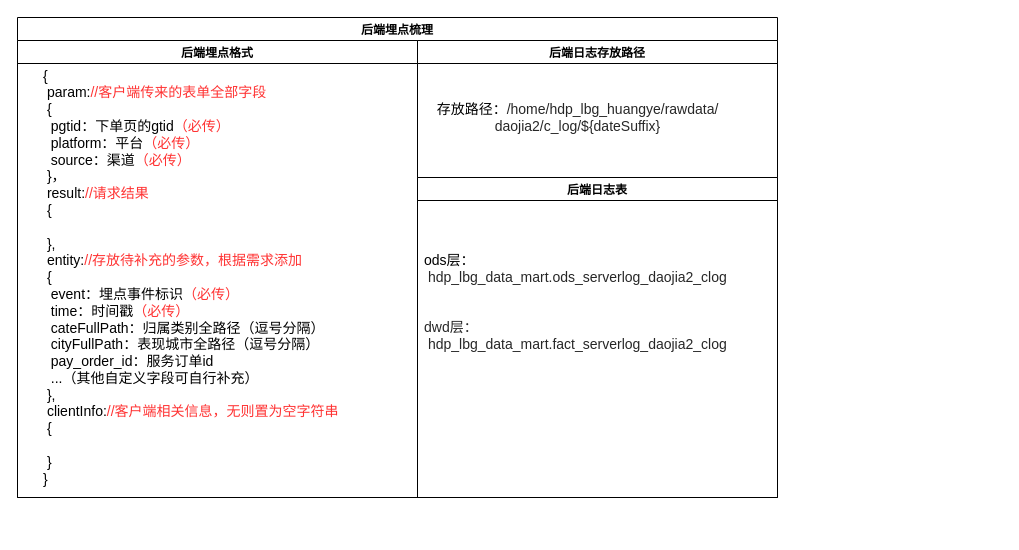
chihiro-qx/hello-world keeps this draw.io diagram as page "后端埋点" (5 of 7) of 到家精选订单.drawio. Above is the earlier version. Source tidied: cells renumbered, new cells numbered last; positions are measured from the earlier drawing's top-left corner, leaving out a move shared by most shapes. Both pictures are drawn from the tidied source at 100%, with x=0, y=0 at pixel (17, 17).
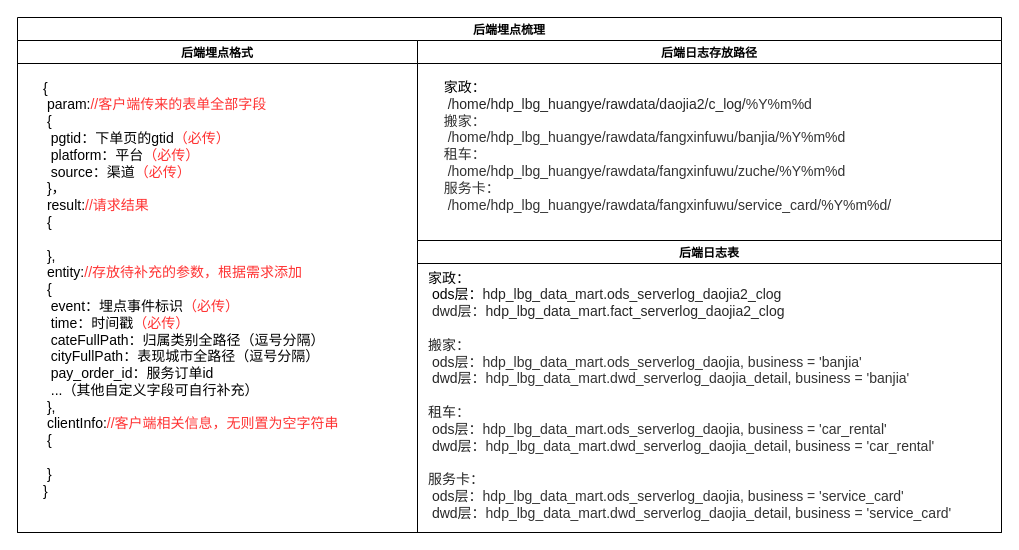
The same page after the edit.

Commit message:
Update 到家精选订单.drawio

What changed in the source:
```diff
@@
 <mxGraphModel>
   <root>
     <mxCell id="0" />
     <mxCell id="1" parent="0" />
     <mxCell id="2" value="后端埋点梳理" style="swimlane;" parent="1" vertex="1">
-      <mxGeometry width="760" height="480" as="geometry" />
+      <mxGeometry width="984" height="515" as="geometry" />
     </mxCell>
     <mxCell id="3" value="后端埋点格式" style="swimlane;" parent="2" vertex="1">
-      <mxGeometry y="23" width="400" height="457" as="geometry" />
+      <mxGeometry y="23" width="400" height="492" as="geometry" />
     </mxCell>
     <mxCell id="4" value="&lt;font style=&quot;font-size: 14px&quot;&gt;{&lt;br&gt;&lt;span style=&quot;white-space: pre&quot;&gt; &lt;/span&gt;param:&lt;font color=&quot;#ff3333&quot;&gt;//客户端传来的表单全部字段&lt;/font&gt;&lt;br&gt;&lt;span style=&quot;white-space: pre&quot;&gt; &lt;/span&gt;{&lt;br&gt;&lt;span style=&quot;white-space: pre&quot;&gt; &lt;/span&gt;&lt;span style=&quot;white-space: pre&quot;&gt; &lt;/span&gt;pgtid：下单页的gtid&lt;font color=&quot;#ff3333&quot;&gt;（必传）&lt;/font&gt;&lt;br&gt;&lt;span style=&quot;white-space: pre&quot;&gt; &lt;/span&gt;&lt;span style=&quot;white-space: pre&quot;&gt; &lt;/span&gt;platform：平台&lt;font color=&quot;#ff3333&quot;&gt;（必传）&lt;/font&gt;&lt;br&gt;&lt;span style=&quot;white-space: pre&quot;&gt; &lt;/span&gt;&lt;span style=&quot;white-space: pre&quot;&gt; &lt;/span&gt;source：渠道&lt;font color=&quot;#ff3333&quot;&gt;（必传）&lt;/font&gt;&lt;br&gt;&lt;span style=&quot;white-space: pre&quot;&gt; &lt;/span&gt;}，&lt;br&gt;&lt;span style=&quot;white-space: pre&quot;&gt; &lt;/span&gt;result:&lt;font color=&quot;#ff3333&quot;&gt;//请求结果&lt;/font&gt;&lt;br&gt;&lt;span style=&quot;white-space: pre&quot;&gt; &lt;/span&gt;{&lt;br&gt;&lt;br&gt;&lt;span style=&quot;white-space: pre&quot;&gt; &lt;/span&gt;},&lt;br&gt;&lt;span style=&quot;white-space: pre&quot;&gt; &lt;/span&gt;entity:&lt;font color=&quot;#ff3333&quot;&gt;//存放待补充的参数，根据需求添加&lt;/font&gt;&lt;br&gt;&lt;span style=&quot;white-space: pre&quot;&gt; &lt;/span&gt;{&lt;br&gt;&lt;span style=&quot;white-space: pre&quot;&gt; &lt;span style=&quot;white-space: pre&quot;&gt; &lt;/span&gt;e&lt;/span&gt;vent：埋点事件标识&lt;font color=&quot;#ff3333&quot;&gt;（必传）&lt;/font&gt;&lt;br&gt;&lt;span style=&quot;white-space: pre&quot;&gt; &lt;/span&gt;&lt;span style=&quot;white-space: pre&quot;&gt; &lt;/span&gt;time：时间戳&lt;font color=&quot;#ff3333&quot;&gt;（必传）&lt;/font&gt;&lt;br&gt;&lt;span style=&quot;white-space: pre&quot;&gt; &lt;/span&gt;&lt;span style=&quot;white-space: pre&quot;&gt; &lt;/span&gt;cateFullPath：归属类别全路径（逗号分隔）&lt;br&gt;&lt;span style=&quot;white-space: pre&quot;&gt; &lt;/span&gt;&lt;span style=&quot;white-space: pre&quot;&gt; &lt;/span&gt;cityFullPath：表现城市全路径（逗号分隔）&lt;br&gt;&lt;span style=&quot;white-space: pre&quot;&gt; &lt;/span&gt;&lt;span style=&quot;white-space: pre&quot;&gt; &lt;/span&gt;pay_order_id：服务订单id&lt;br&gt;&lt;span style=&quot;white-space: pre&quot;&gt; &lt;/span&gt;&lt;span style=&quot;white-space: pre&quot;&gt; &lt;/span&gt;...（其他自定义字段可自行补充）&lt;br&gt;&lt;span style=&quot;white-space: pre&quot;&gt; &lt;/span&gt;},&lt;br&gt;&lt;span style=&quot;white-space: pre&quot;&gt; &lt;/span&gt;clientInfo:&lt;font color=&quot;#ff3333&quot;&gt;//客户端相关信息，无则置为空字符串&lt;/font&gt;&lt;br&gt;&lt;span style=&quot;white-space: pre&quot;&gt; &lt;/span&gt;{&lt;br&gt;&lt;br&gt;&lt;span style=&quot;white-space: pre&quot;&gt; &lt;/span&gt;}&lt;br&gt;}&lt;/font&gt;" style="text;html=1;align=left;verticalAlign=middle;strokeColor=none;" parent="3" vertex="1">
-      <mxGeometry x="24" y="47" width="350" height="380" as="geometry" />
+      <mxGeometry x="24" y="59" width="350" height="380" as="geometry" />
     </mxCell>
     <mxCell id="5" value="后端日志存放路径" style="swimlane;" parent="2" vertex="1">
-      <mxGeometry x="400" y="23" width="360" height="137" as="geometry" />
+      <mxGeometry x="400" y="23" width="584" height="200" as="geometry" />
     </mxCell>
-    <mxCell id="6" value="&lt;font style=&quot;font-size: 14px&quot;&gt;存放路径：&lt;span style=&quot;background-color: rgb(255 , 255 , 255) ; color: rgba(0 , 0 , 0 , 0.85)&quot;&gt;/home/hdp_lbg_huangye/rawdata/&lt;br&gt;daojia2/c_log/${dateSuffix}&lt;/span&gt;&lt;/font&gt;" style="text;html=1;align=center;verticalAlign=middle;strokeColor=none;" parent="5" vertex="1">
-      <mxGeometry x="10" y="57" width="300" height="40" as="geometry" />
+    <mxCell id="6" value="&lt;div style=&quot;text-align: left&quot;&gt;&lt;span style=&quot;font-size: 14px&quot;&gt;家政：&lt;/span&gt;&lt;/div&gt;&lt;font&gt;&lt;div style=&quot;text-align: left&quot;&gt;&lt;span style=&quot;font-size: 14px ; color: rgba(0 , 0 , 0 , 0.85)&quot;&gt;&lt;span&gt; &lt;/span&gt;&lt;span style=&quot;white-space: pre&quot;&gt; &lt;/span&gt;/home/hdp_lbg_huangye/rawdata/daojia2/c_log/&lt;/span&gt;&lt;font color=&quot;#333333&quot;&gt;&lt;span style=&quot;font-size: 14px&quot;&gt;%Y%m%d&lt;/span&gt;&lt;/font&gt;&lt;/div&gt;&lt;div style=&quot;text-align: left&quot;&gt;&lt;font color=&quot;#333333&quot;&gt;&lt;span style=&quot;font-size: 14px&quot;&gt;搬家：&lt;/span&gt;&lt;/font&gt;&lt;/div&gt;&lt;/font&gt;&lt;font color=&quot;#333333&quot;&gt;&lt;div style=&quot;text-align: left&quot;&gt;&lt;span style=&quot;font-size: 14px&quot;&gt;&lt;span style=&quot;white-space: pre&quot;&gt; &lt;/span&gt;/home/hdp_lbg_huangye/rawdata/fangxinfuwu/banjia/%Y%m%d&lt;/span&gt;&lt;/div&gt;&lt;/font&gt;&lt;div style=&quot;text-align: left&quot;&gt;&lt;font color=&quot;#333333&quot;&gt;&lt;span style=&quot;font-size: 14px&quot;&gt;租车：&lt;/span&gt;&lt;/font&gt;&lt;/div&gt;&lt;font color=&quot;#333333&quot;&gt;&lt;div style=&quot;text-align: left&quot;&gt;&lt;span style=&quot;font-size: 14px&quot;&gt;&lt;span style=&quot;white-space: pre&quot;&gt; &lt;/span&gt;/home/hdp_lbg_huangye/rawdata/fangxinfuwu/zuche/%Y%m%d&lt;/span&gt;&lt;/div&gt;&lt;/font&gt;&lt;div style=&quot;text-align: left&quot;&gt;&lt;font color=&quot;#333333&quot;&gt;&lt;span style=&quot;font-size: 14px&quot;&gt;服务卡：&lt;/span&gt;&lt;/font&gt;&lt;/div&gt;&lt;span style=&quot;color: rgb(51 , 51 , 51) ; font-size: 14px ; white-space: pre&quot;&gt; &lt;/span&gt;&lt;font color=&quot;#333333&quot;&gt;&lt;span style=&quot;font-size: 14px&quot;&gt;/home/hdp_lbg_huangye/rawdata/fangxinfuwu/service_card/%Y%m%d/&lt;br&gt;&lt;/span&gt;&lt;/font&gt;&lt;div style=&quot;text-align: left&quot;&gt;&lt;font color=&quot;#333333&quot;&gt;&lt;span style=&quot;font-size: 14px&quot;&gt;&lt;br&gt;&lt;/span&gt;&lt;/font&gt;&lt;/div&gt;" style="text;html=1;align=center;verticalAlign=middle;strokeColor=none;" parent="5" vertex="1">
+      <mxGeometry x="7" y="44" width="485" height="139" as="geometry" />
     </mxCell>
     <mxCell id="7" value="后端日志表" style="swimlane;" parent="2" vertex="1">
-      <mxGeometry x="400" y="160" width="360" height="320" as="geometry" />
+      <mxGeometry x="400" y="223" width="584" height="292" as="geometry" />
     </mxCell>
-    <mxCell id="8" value="&lt;font style=&quot;font-size: 14px&quot;&gt;ods层：&lt;br&gt;&lt;span style=&quot;background-color: rgb(255 , 255 , 255) ; color: rgba(0 , 0 , 0 , 0.85)&quot;&gt;&lt;span style=&quot;white-space: pre&quot;&gt; &lt;/span&gt;hdp_lbg_data_mart&lt;/span&gt;&lt;span class=&quot;token punctuation&quot; style=&quot;background-color: rgb(255 , 255 , 255) ; color: rgba(0 , 0 , 0 , 0.85) ; box-sizing: border-box ; margin: 0px ; padding: 0px&quot;&gt;.&lt;/span&gt;&lt;span style=&quot;background-color: rgb(255 , 255 , 255) ; color: rgba(0 , 0 , 0 , 0.85)&quot;&gt;ods_serverlog_daojia2_clog&lt;br&gt;&lt;br&gt;&lt;br&gt;dwd层：&lt;br&gt;&lt;/span&gt;&lt;span style=&quot;background-color: rgb(255 , 255 , 255) ; color: rgba(0 , 0 , 0 , 0.85)&quot;&gt;&lt;span style=&quot;white-space: pre&quot;&gt; &lt;/span&gt;hdp_lbg_data_mart&lt;/span&gt;&lt;span class=&quot;token punctuation&quot; style=&quot;background-color: rgb(255 , 255 , 255) ; color: rgba(0 , 0 , 0 , 0.85) ; box-sizing: border-box ; margin: 0px ; padding: 0px&quot;&gt;.&lt;/span&gt;&lt;span style=&quot;background-color: rgb(255 , 255 , 255) ; color: rgba(0 , 0 , 0 , 0.85)&quot;&gt;fact_serverlog_daojia2_clog&lt;/span&gt;&lt;/font&gt;" style="text;html=1;align=left;verticalAlign=middle;strokeColor=none;" parent="7" vertex="1">
-      <mxGeometry x="5" y="75" width="350" height="100" as="geometry" />
+    <mxCell id="8" value="&lt;font&gt;&lt;font style=&quot;font-size: 14px&quot;&gt;家政：&lt;br&gt;  &lt;span style=&quot;white-space: pre&quot;&gt; &lt;/span&gt;ods层：&lt;span style=&quot;background-color: rgb(255 , 255 , 255) ; color: rgba(0 , 0 , 0 , 0.85)&quot;&gt;hdp_lbg_data_mart&lt;/span&gt;&lt;span class=&quot;token punctuation&quot; style=&quot;background-color: rgb(255 , 255 , 255) ; color: rgba(0 , 0 , 0 , 0.85) ; box-sizing: border-box ; margin: 0px ; padding: 0px&quot;&gt;.&lt;/span&gt;&lt;span style=&quot;background-color: rgb(255 , 255 , 255) ; color: rgba(0 , 0 , 0 , 0.85)&quot;&gt;ods_serverlog_daojia2_clog&lt;br&gt;&lt;span&gt; &lt;/span&gt;&lt;span&gt; &lt;/span&gt;&lt;span style=&quot;white-space: pre&quot;&gt; &lt;/span&gt;dwd层：&lt;/span&gt;&lt;span style=&quot;background-color: rgb(255 , 255 , 255) ; color: rgba(0 , 0 , 0 , 0.85)&quot;&gt;hdp_lbg_data_mart&lt;/span&gt;&lt;span class=&quot;token punctuation&quot; style=&quot;background-color: rgb(255 , 255 , 255) ; color: rgba(0 , 0 , 0 , 0.85) ; box-sizing: border-box ; margin: 0px ; padding: 0px&quot;&gt;.&lt;/span&gt;&lt;span style=&quot;background-color: rgb(255 , 255 , 255) ; color: rgba(0 , 0 , 0 , 0.85)&quot;&gt;fact_serverlog_daojia2_clog&lt;br&gt;&lt;br&gt;搬家：&lt;br&gt;&lt;span&gt; &lt;/span&gt;&lt;span&gt; &lt;/span&gt;&lt;span style=&quot;white-space: pre&quot;&gt; &lt;/span&gt;ods层：&lt;/span&gt;&lt;span style=&quot;color: rgb(51 , 51 , 51) ; text-align: justify&quot;&gt;hdp_lbg_data_mart.ods_serverlog_daojia, business = 'banjia'&lt;br&gt;&lt;/span&gt;&lt;span style=&quot;background-color: rgb(255 , 255 , 255) ; color: rgba(0 , 0 , 0 , 0.85)&quot;&gt;&lt;span&gt; &lt;/span&gt;&lt;span&gt; &lt;/span&gt;&lt;span style=&quot;white-space: pre&quot;&gt; &lt;/span&gt;dwd层：&lt;/span&gt;&lt;span style=&quot;color: rgb(51 , 51 , 51) ; text-align: justify&quot;&gt;hdp_lbg_data_mart.dwd_serverlog_daojia_detail, business = 'banjia'&lt;/span&gt;&lt;span style=&quot;color: rgb(51 , 51 , 51) ; text-align: justify&quot;&gt;&lt;br&gt;&lt;/span&gt;&lt;span style=&quot;color: rgba(0 , 0 , 0 , 0.85)&quot;&gt;&lt;br&gt;&lt;/span&gt;&lt;span style=&quot;color: rgba(0 , 0 , 0 , 0.85)&quot;&gt;租车：&lt;br&gt;&lt;span&gt; &lt;/span&gt;&lt;span style=&quot;white-space: pre&quot;&gt; &lt;/span&gt;ods层：&lt;/span&gt;&lt;span style=&quot;color: rgb(51 , 51 , 51) ; text-align: justify&quot;&gt;hdp_lbg_data_mart.ods_serverlog_daojia, business = 'car_rental'&lt;br&gt;&lt;/span&gt;&lt;span style=&quot;color: rgba(0 , 0 , 0 , 0.85)&quot;&gt;&lt;span&gt; &lt;/span&gt;&lt;span style=&quot;white-space: pre&quot;&gt; &lt;/span&gt;dwd层：&lt;/span&gt;&lt;span style=&quot;color: rgb(51 , 51 , 51) ; text-align: justify&quot;&gt;hdp_lbg_data_mart.dwd_serverlog_daojia_detail, business = '&lt;/span&gt;&lt;span style=&quot;color: rgb(51 , 51 , 51) ; text-align: justify&quot;&gt;car_rental&lt;/span&gt;&lt;span style=&quot;color: rgb(51 , 51 , 51) ; text-align: justify&quot;&gt;'&lt;br&gt;&lt;/span&gt;&lt;span style=&quot;color: rgba(0 , 0 , 0 , 0.85)&quot;&gt;&lt;br&gt;&lt;/span&gt;&lt;span style=&quot;color: rgba(0 , 0 , 0 , 0.85)&quot;&gt;服务卡：&lt;br&gt;&lt;span&gt; &lt;/span&gt;&lt;span style=&quot;white-space: pre&quot;&gt; &lt;/span&gt;ods层：&lt;/span&gt;&lt;span style=&quot;color: rgb(51 , 51 , 51) ; text-align: justify&quot;&gt;hdp_lbg_data_mart.ods_serverlog_daojia, business = 'service_card'&lt;br&gt;&lt;/span&gt;&lt;span style=&quot;color: rgba(0 , 0 , 0 , 0.85)&quot;&gt;&lt;span&gt; &lt;/span&gt;&lt;span style=&quot;white-space: pre&quot;&gt; &lt;/span&gt;dwd层：&lt;/span&gt;&lt;span style=&quot;color: rgb(51 , 51 , 51) ; text-align: justify&quot;&gt;hdp_lbg_data_mart.dwd_serverlog_daojia_detail, business = '&lt;/span&gt;&lt;span style=&quot;color: rgb(51 , 51 , 51) ; text-align: justify&quot;&gt;service_card&lt;/span&gt;&lt;span style=&quot;color: rgb(51 , 51 , 51) ; text-align: justify&quot;&gt;'&lt;/span&gt;&lt;/font&gt;&lt;span style=&quot;font-size: 14px ; color: rgba(0 , 0 , 0 , 0.85)&quot;&gt;&lt;br&gt;&lt;/span&gt;&lt;/font&gt;" style="text;html=1;align=left;verticalAlign=middle;strokeColor=none;" parent="7" vertex="1">
+      <mxGeometry x="9" y="40" width="561" height="229" as="geometry" />
     </mxCell>
   </root>
 </mxGraphModel>
```
